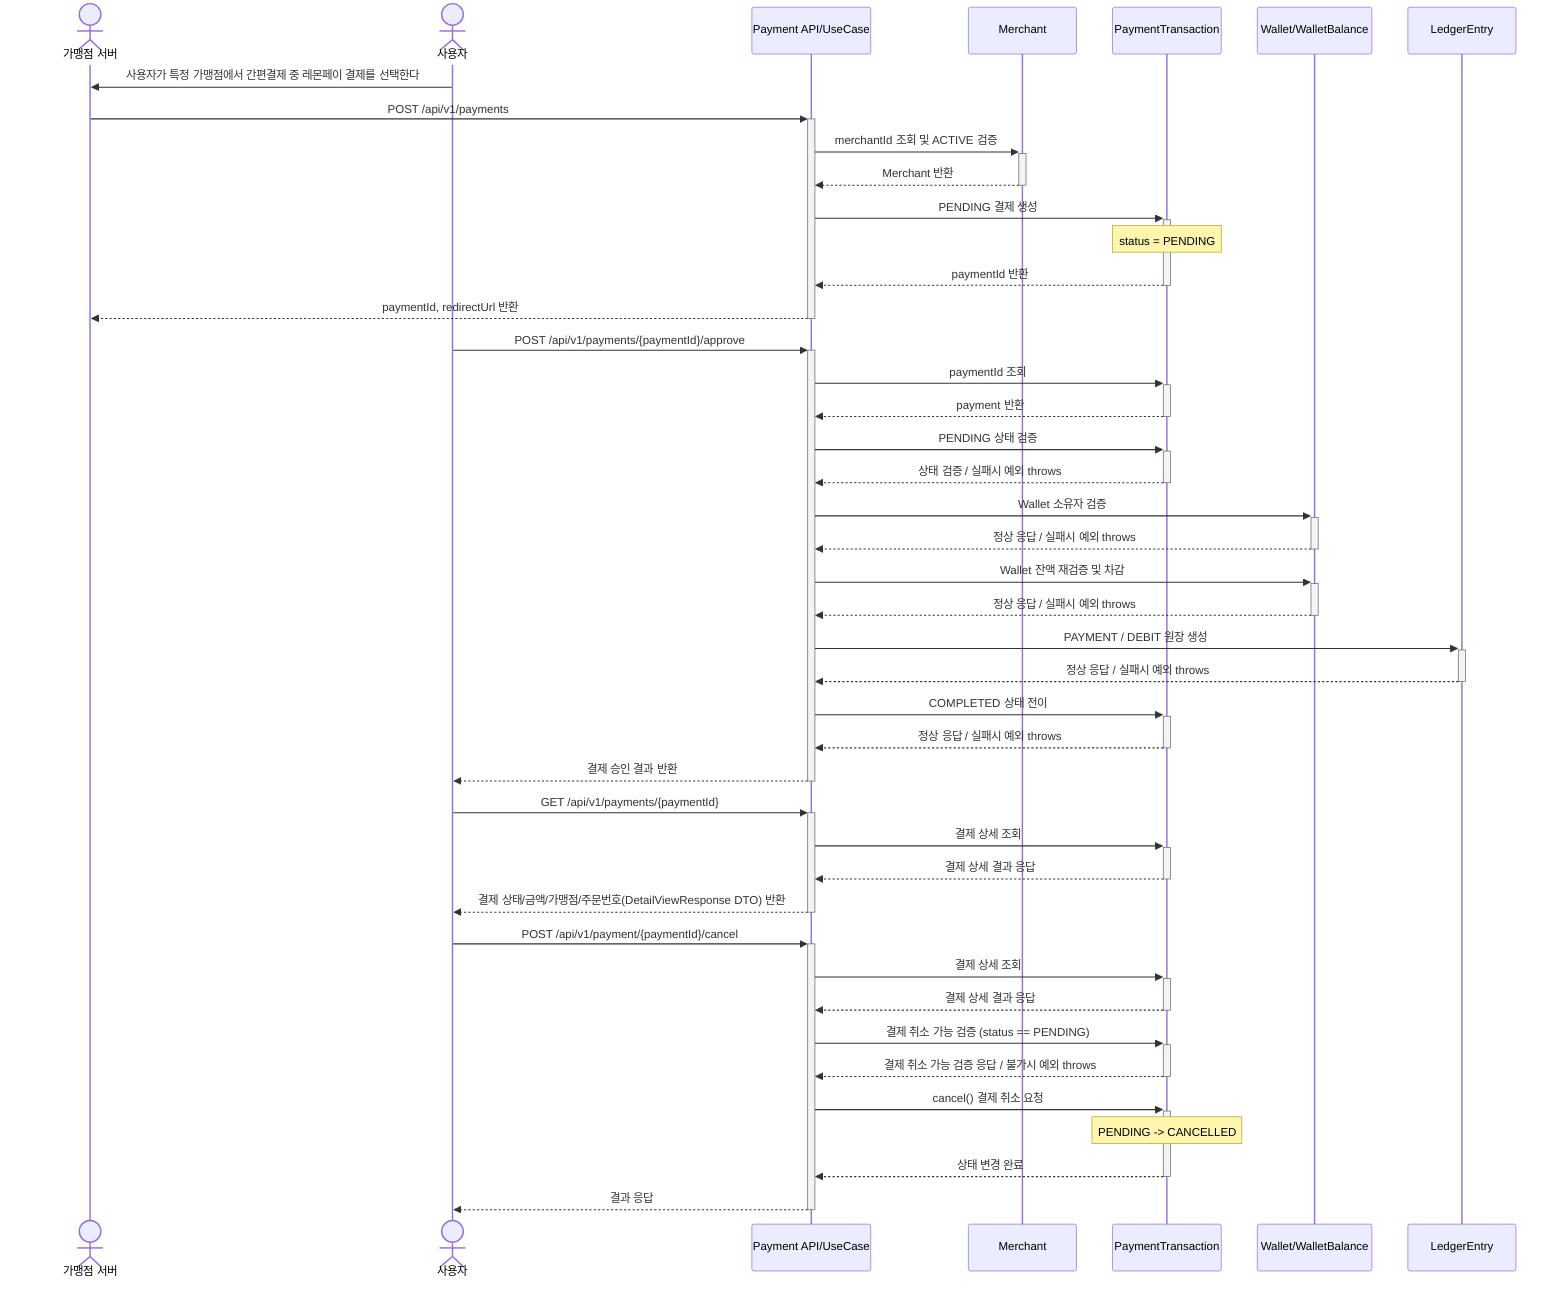
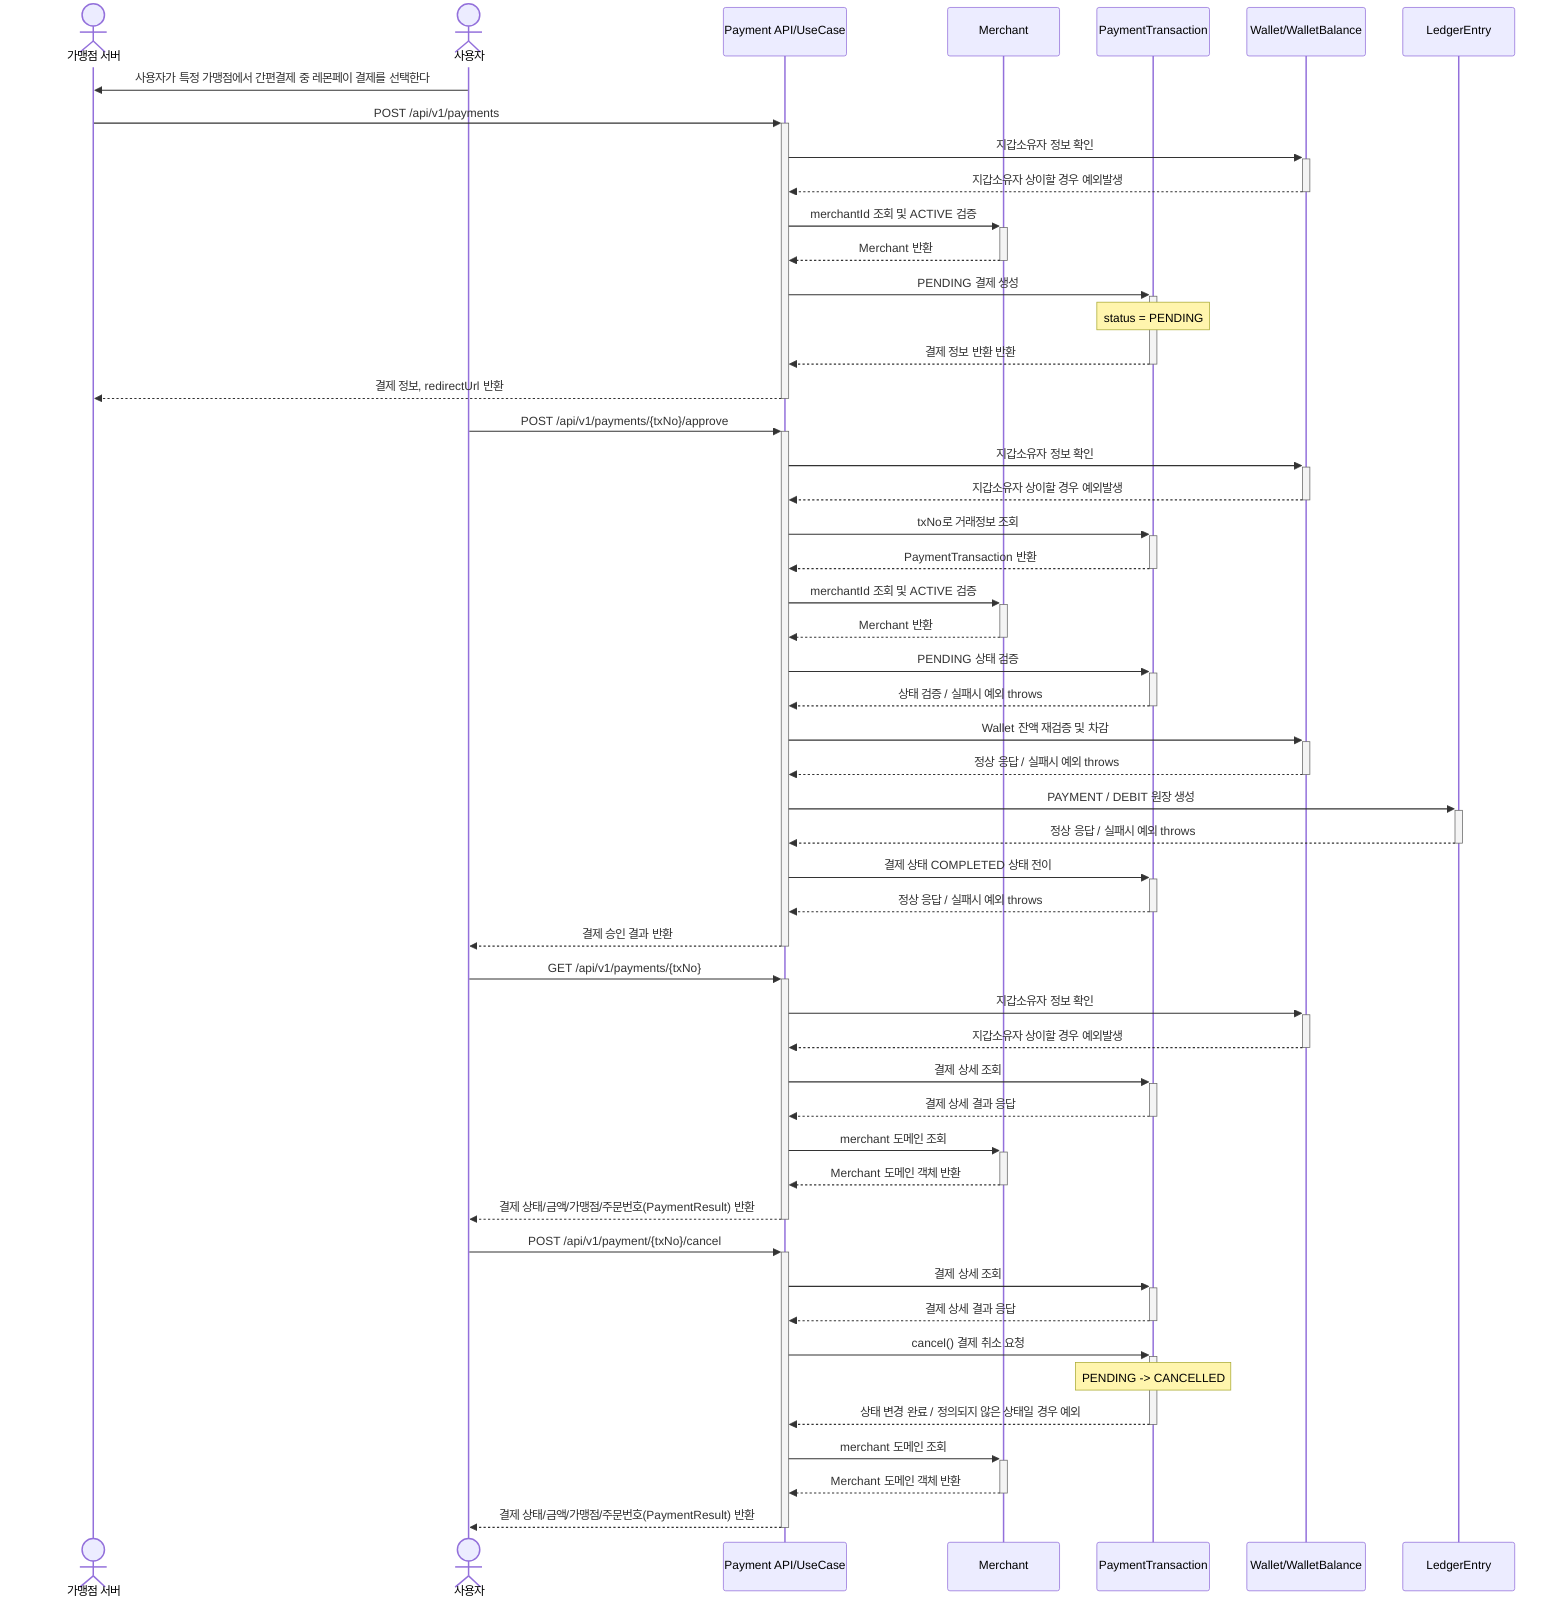
sequenceDiagram
    actor Merchant as 가맹점 서버
    actor Member as 사용자
    participant PaymentAPI as Payment API/UseCase
    participant MerchantDomain as Merchant
    participant PaymentDomain as PaymentTransaction
    participant Wallet as Wallet/WalletBalance
    participant Ledger as LedgerEntry

    %% client's action
    Member ->> Merchant: 사용자가 특정 가맹점에서 간편결제 중 레몬페이 결제를 선택한다

    %% server to server
    Merchant ->>+ PaymentAPI: POST /api/v1/payments
+ 
+     PaymentAPI ->>+ Wallet: 지갑소유자 정보 확인
+     Wallet -->>- PaymentAPI: 지갑소유자 상이할 경우 예외발생
    PaymentAPI ->>+ MerchantDomain: merchantId 조회 및 ACTIVE 검증
    MerchantDomain -->>- PaymentAPI: Merchant 반환

    PaymentAPI ->>+ PaymentDomain: PENDING 결제 생성
    Note over PaymentDomain: status = PENDING
-     PaymentDomain -->>- PaymentAPI: paymentId 반환
+     PaymentDomain -->>- PaymentAPI: 결제 정보 반환 반환

-     PaymentAPI -->>- Merchant: paymentId, redirectUrl 반환
+     PaymentAPI -->>- Merchant: 결제 정보, redirectUrl 반환

    %% client's action
-     Member ->>+ PaymentAPI : POST /api/v1/payments/{paymentId}/approve
+     Member ->>+ PaymentAPI : POST /api/v1/payments/{txNo}/approve

    %% server
-     PaymentAPI ->>+ PaymentDomain: paymentId 조회
-     PaymentDomain -->>- PaymentAPI : payment 반환
+     PaymentAPI ->>+ Wallet: 지갑소유자 정보 확인
+     Wallet -->>- PaymentAPI: 지갑소유자 상이할 경우 예외발생
+     PaymentAPI ->>+ PaymentDomain: txNo로 거래정보 조회
+     PaymentDomain -->>- PaymentAPI : PaymentTransaction 반환
+ 
+     PaymentAPI ->>+ MerchantDomain: merchantId 조회 및 ACTIVE 검증
+     MerchantDomain -->>- PaymentAPI: Merchant 반환

    PaymentAPI ->>+ PaymentDomain: PENDING 상태 검증
    PaymentDomain -->>- PaymentAPI: 상태 검증 / 실패시 예외 throws

-     PaymentAPI ->>+ Wallet: Wallet 소유자 검증
-     Wallet -->>- PaymentAPI: 정상 응답 / 실패시 예외 throws

    PaymentAPI ->>+ Wallet: Wallet 잔액 재검증 및 차감
    Wallet -->>- PaymentAPI: 정상 응답 / 실패시 예외 throws


    PaymentAPI ->>+ Ledger: PAYMENT / DEBIT 원장 생성
    Ledger -->>- PaymentAPI: 정상 응답 / 실패시 예외 throws

-     PaymentAPI ->>+ PaymentDomain : COMPLETED 상태 전이
+     PaymentAPI ->>+ PaymentDomain : 결제 상태 COMPLETED 상태 전이
    PaymentDomain -->>- PaymentAPI : 정상 응답 / 실패시 예외 throws

    PaymentAPI -->>- Member : 결제 승인 결과 반환

    %% client's action
-     Member ->>+ PaymentAPI: GET /api/v1/payments/{paymentId}
+     Member ->>+ PaymentAPI: GET /api/v1/payments/{txNo}
+ 
+     PaymentAPI ->>+ Wallet: 지갑소유자 정보 확인
+     Wallet -->>- PaymentAPI: 지갑소유자 상이할 경우 예외발생
+     PaymentAPI ->>+ PaymentDomain : 결제 상세 조회
+     PaymentDomain -->>- PaymentAPI : 결제 상세 결과 응답
+ 
+     PaymentAPI ->>+ MerchantDomain: merchant 도메인 조회
+     MerchantDomain -->>- PaymentAPI: Merchant 도메인 객체 반환
+ 
+     PaymentAPI -->>- Member: 결제 상태/금액/가맹점/주문번호(PaymentResult) 반환
+ 
+     %% client's action
+     Member ->>+ PaymentAPI: POST /api/v1/payment/{txNo}/cancel

    PaymentAPI ->>+ PaymentDomain : 결제 상세 조회
    PaymentDomain -->>- PaymentAPI : 결제 상세 결과 응답

-     PaymentAPI -->>- Member: 결제 상태/금액/가맹점/주문번호(DetailViewResponse DTO) 반환
- 
-     %% client's action
-     Member ->>+ PaymentAPI: POST /api/v1/payment/{paymentId}/cancel
- 
-     PaymentAPI ->>+ PaymentDomain : 결제 상세 조회
-     PaymentDomain -->>- PaymentAPI : 결제 상세 결과 응답
- 
-     PaymentAPI ->>+ PaymentDomain : 결제 취소 가능 검증 (status == PENDING)
-     PaymentDomain -->>- PaymentAPI : 결제 취소 가능 검증 응답 / 불가시 예외 throws
- 
    PaymentAPI ->>+ PaymentDomain : cancel() 결제 취소 요청
    Note over PaymentDomain: PENDING -> CANCELLED
-     PaymentDomain -->>- PaymentAPI : 상태 변경 완료
+     PaymentDomain -->>- PaymentAPI : 상태 변경 완료 / 정의되지 않은 상태일 경우 예외

-     PaymentAPI -->>- Member: 결과 응답
+     PaymentAPI ->>+ MerchantDomain: merchant 도메인 조회
+     MerchantDomain -->>- PaymentAPI: Merchant 도메인 객체 반환
+ 
+     PaymentAPI -->>- Member: 결제 상태/금액/가맹점/주문번호(PaymentResult) 반환
